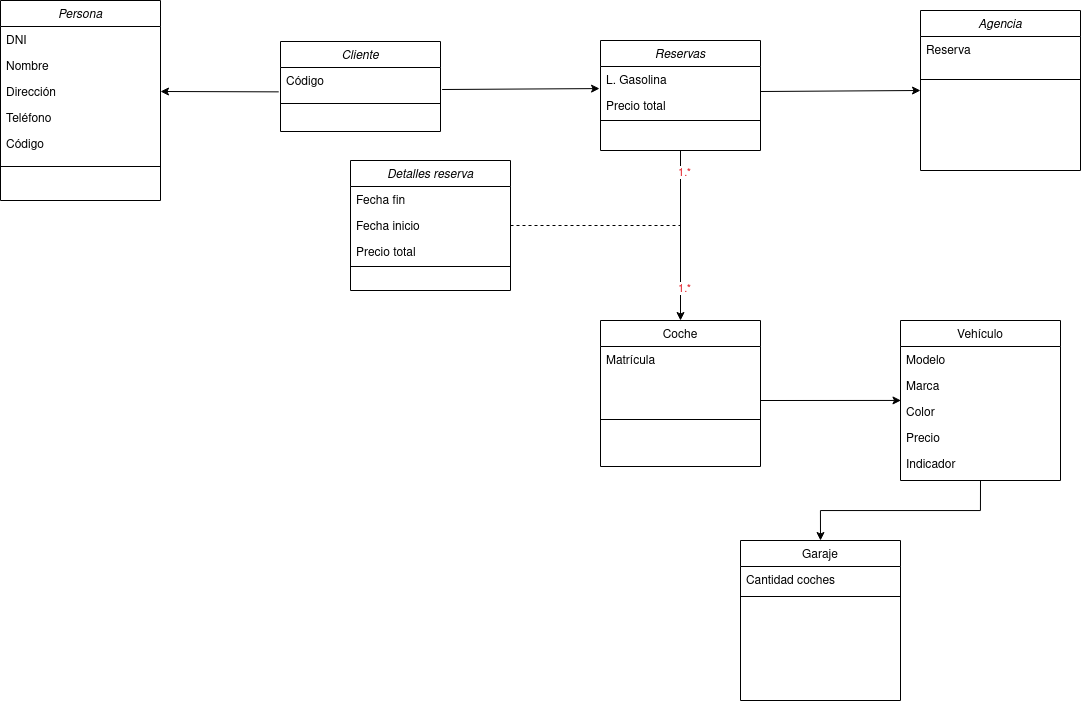
Before: Tareas/AlquierCoches.drawio.png, a diagram exported from draw.io (colidom/ets). Source tidied: cells renumbered, new cells last; positions are measured from the earlier drawing's top-left corner, leaving out a move shared by most shapes.
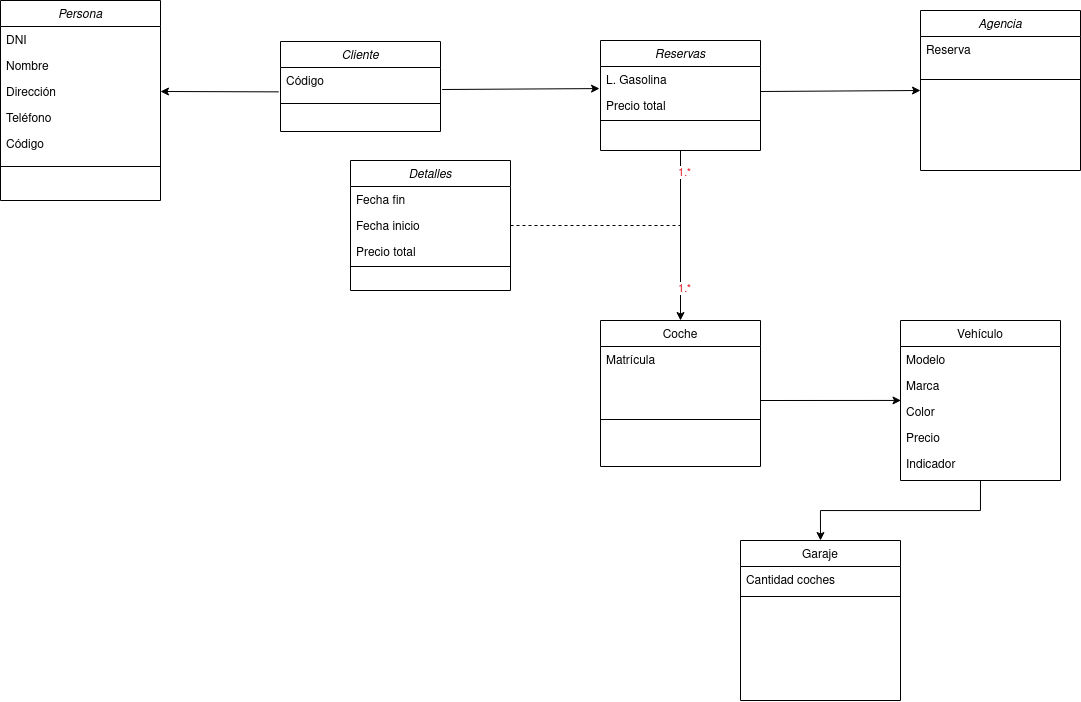
The same diagram one commit later.

Change to the diagram source:
```diff
@@ -96,7 +96,7 @@
         <mxPoint x="760" y="91" as="sourcePoint" />
       </mxGeometry>
     </mxCell>
-    <mxCell id="32" value="Detalles reserva" style="swimlane;fontStyle=2;align=center;verticalAlign=top;horizontal=1;startSize=26;rounded=0;shadow=0;strokeWidth=1;" parent="1" vertex="1">
+    <mxCell id="32" value="Detalles" style="swimlane;fontStyle=2;align=center;verticalAlign=top;horizontal=1;startSize=26;rounded=0;shadow=0;strokeWidth=1;" parent="1" vertex="1">
       <mxGeometry x="350" y="160" width="160" height="130" as="geometry" />
     </mxCell>
     <mxCell id="33" value="Fecha fin" style="text;align=left;verticalAlign=top;spacingLeft=4;spacingRight=4;overflow=hidden;rounded=0;shadow=0;html=0;" parent="32" vertex="1">
```
